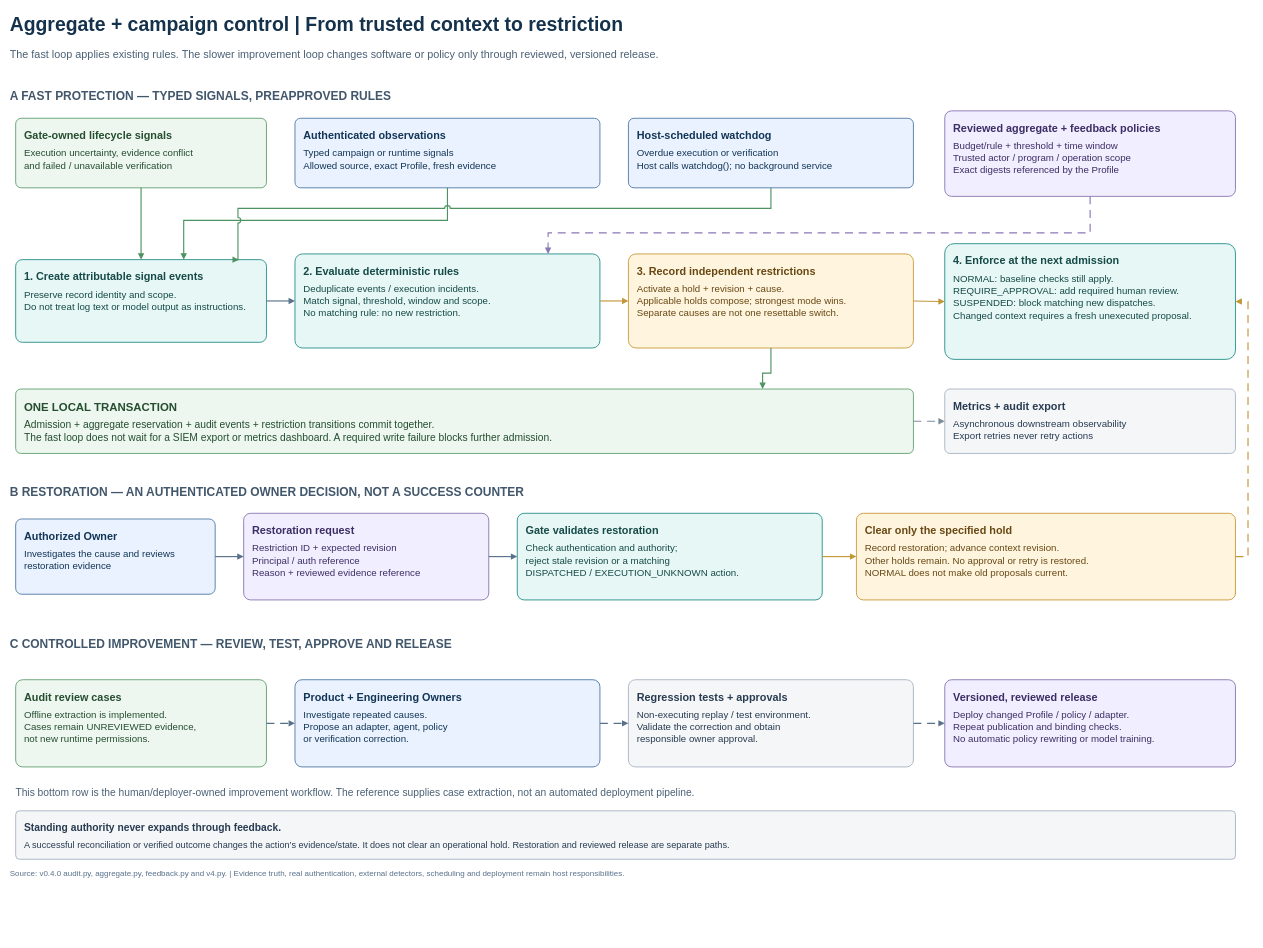
diptamay/agent-action-manifest keeps this draw.io diagram as page "3. Aggregate and governed restriction" (3 of 3) of Diagram_Source/Agent_Action_Manifest_Workflow_and_Feedback_v0_4_0.drawio. Above is the earlier version. Source tidied: cells renumbered, new cells numbered last; positions are measured from the earlier drawing's top-left corner, leaving out a move shared by most shapes. Both pictures are drawn from the tidied source at 57%, with x=0, y=0 at pixel (10, 10).
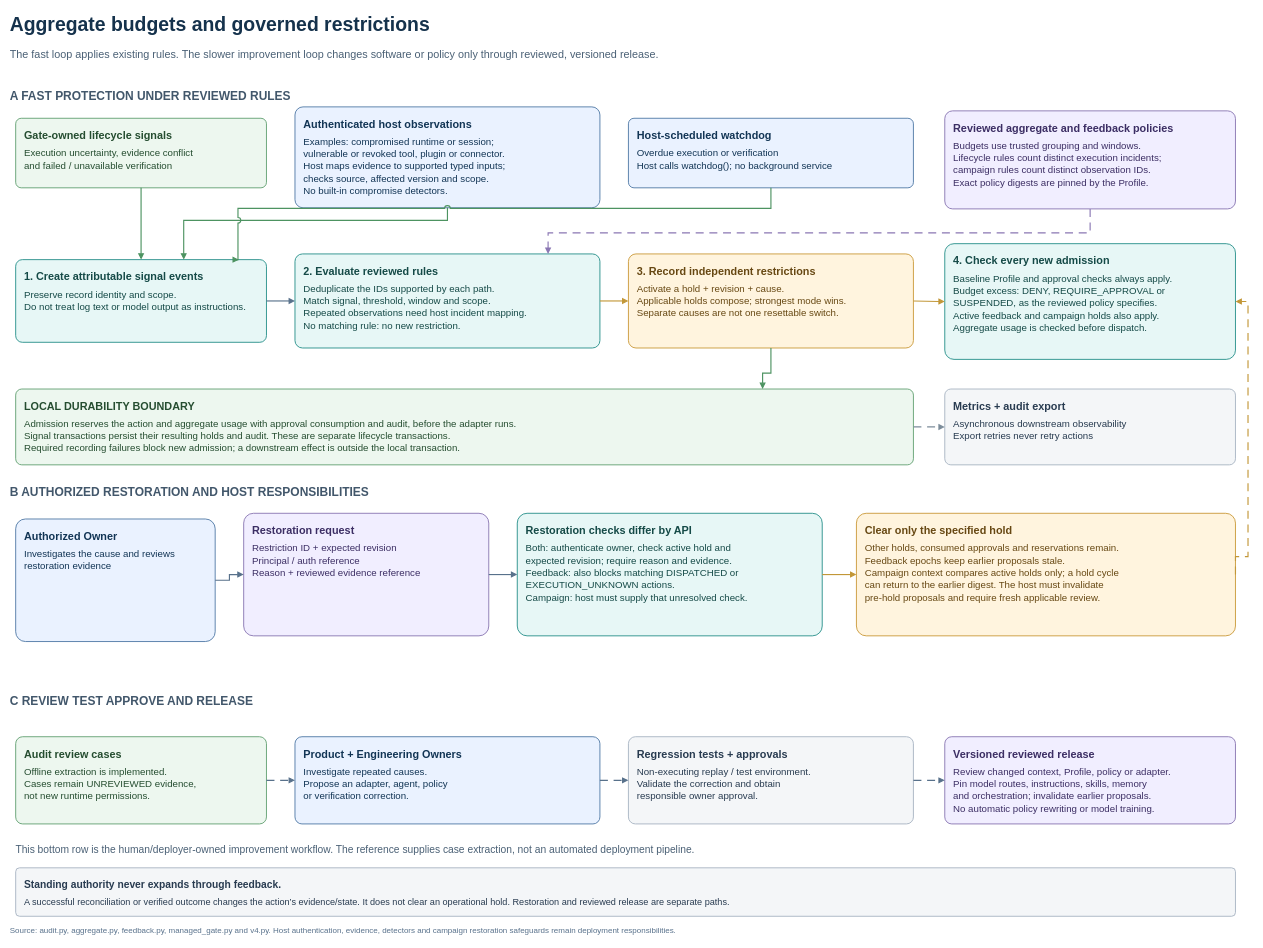
Above is the later version.

Diff of the diagram source:
```diff
@@
-    <mxCell id="2" value="&lt;div style=&quot;font-size:34px;line-height:1.25;color:#15324C;font-weight:700;&quot;&gt;Aggregate + campaign control | From trusted context to restriction&lt;/div&gt;" style="text;html=1;whiteSpace=wrap;fillColor=none;strokeColor=none;align=left;verticalAlign=top;spacing=0;fontFamily=Helvetica;fontSize=34;fontColor=#15324C;" parent="1" vertex="1">
+    <mxCell id="2" value="&lt;div style=&quot;font-size:34px;line-height:1.25;color:#15324C;font-weight:700;&quot;&gt;Aggregate budgets and governed restrictions&lt;/div&gt;" style="text;html=1;whiteSpace=wrap;fillColor=none;strokeColor=none;align=left;verticalAlign=top;spacing=0;fontFamily=Helvetica;fontSize=34;fontColor=#15324C;" parent="1" vertex="1">
       <mxGeometry width="2160" height="52" as="geometry" />
     </mxCell>
@@
-    <mxCell id="4" value="&lt;div style=&quot;font-size:21px;line-height:1.25;color:#42576B;font-weight:700;&quot;&gt;A  FAST PROTECTION — TYPED SIGNALS, PREAPPROVED RULES&lt;/div&gt;" style="text;html=1;whiteSpace=wrap;fillColor=none;strokeColor=none;align=left;verticalAlign=top;spacing=0;fontFamily=Helvetica;fontSize=21;fontColor=#42576B;" parent="1" vertex="1">
+    <mxCell id="4" value="&lt;b&gt;A  FAST PROTECTION UNDER REVIEWED RULES&lt;/b&gt;" style="text;html=1;whiteSpace=wrap;fillColor=none;strokeColor=none;align=left;verticalAlign=top;spacing=0;fontFamily=Helvetica;fontSize=21;fontColor=#42576B;" parent="1" vertex="1">
       <mxGeometry y="133" width="2100" height="28" as="geometry" />
     </mxCell>
@@
-    <mxCell id="6" value="&lt;div style=&quot;font-size:19px;font-weight:700;line-height:1.2;margin-bottom:8px;&quot;&gt;Authenticated observations&lt;/div&gt;&lt;div style=&quot;font-size:17px;line-height:1.28;&quot;&gt;Typed campaign or runtime signals&lt;br&gt;Allowed source, exact Profile, fresh evidence&lt;/div&gt;" style="rounded=1;arcSize=8;html=1;whiteSpace=wrap;align=left;verticalAlign=top;spacing=15;fillColor=#EAF2FF;strokeColor=#527BA7;fontColor=#123555;fontFamily=Helvetica;fontSize=18;strokeWidth=1.6;" parent="1" vertex="1">
-      <mxGeometry x="500" y="190" width="535" height="122" as="geometry" />
+    <mxCell id="6" value="&lt;div style=&quot;font-size:19px;font-weight:700;line-height:1.2;margin-bottom:8px;&quot;&gt;Authenticated host observations&lt;/div&gt;&lt;div style=&quot;font-size:17px;line-height:1.28;&quot;&gt;Examples: compromised runtime or session;&lt;br&gt;vulnerable or revoked tool, plugin or connector.&lt;br&gt;Host maps evidence to supported typed inputs;&lt;br&gt;checks source, affected version and scope.&lt;br&gt;No built-in compromise detectors.&lt;/div&gt;" style="rounded=1;arcSize=8;html=1;whiteSpace=wrap;align=left;verticalAlign=top;spacing=15;fillColor=#EAF2FF;strokeColor=#527BA7;fontColor=#123555;fontFamily=Helvetica;fontSize=18;strokeWidth=1.6;" parent="1" vertex="1">
+      <mxGeometry x="500" y="170" width="535" height="177" as="geometry" />
     </mxCell>
@@
-    <mxCell id="8" value="&lt;div style=&quot;font-size:19px;font-weight:700;line-height:1.2;margin-bottom:8px;&quot;&gt;Reviewed aggregate + feedback policies&lt;/div&gt;&lt;div style=&quot;font-size:17px;line-height:1.28;&quot;&gt;Budget/rule + threshold + time window&lt;br&gt;Trusted actor / program / operation scope&lt;br&gt;Exact digests referenced by the Profile&lt;/div&gt;" style="rounded=1;arcSize=8;html=1;whiteSpace=wrap;align=left;verticalAlign=top;spacing=15;fillColor=#F1EEFF;strokeColor=#8A77B3;fontColor=#3C2E64;fontFamily=Helvetica;fontSize=18;strokeWidth=1.6;" parent="1" vertex="1">
-      <mxGeometry x="1640" y="177" width="510" height="150" as="geometry" />
+    <mxCell id="8" value="&lt;div style=&quot;font-size:19px;font-weight:700;line-height:1.2;margin-bottom:8px;&quot;&gt;Reviewed aggregate and feedback policies&lt;/div&gt;&lt;div style=&quot;font-size:17px;line-height:1.28;&quot;&gt;Budgets use trusted grouping and windows.&lt;br&gt;Lifecycle rules count distinct execution incidents;&lt;br&gt;campaign rules count distinct observation IDs.&lt;br&gt;Exact policy digests are pinned by the Profile.&lt;/div&gt;" style="rounded=1;arcSize=8;html=1;whiteSpace=wrap;align=left;verticalAlign=top;spacing=15;fillColor=#F1EEFF;strokeColor=#8A77B3;fontColor=#3C2E64;fontFamily=Helvetica;fontSize=18;strokeWidth=1.6;" parent="1" vertex="1">
+      <mxGeometry x="1640" y="177" width="510" height="172" as="geometry" />
     </mxCell>
@@
-    <mxCell id="10" value="&lt;div style=&quot;font-size:19px;font-weight:700;line-height:1.2;margin-bottom:8px;&quot;&gt;2. Evaluate deterministic rules&lt;/div&gt;&lt;div style=&quot;font-size:17px;line-height:1.28;&quot;&gt;Deduplicate events / execution incidents.&lt;br&gt;Match signal, threshold, window and scope.&lt;br&gt;No matching rule: no new restriction.&lt;/div&gt;" style="rounded=1;arcSize=8;html=1;whiteSpace=wrap;align=left;verticalAlign=top;spacing=15;fillColor=#E7F7F6;strokeColor=#28918B;fontColor=#154A47;fontFamily=Helvetica;fontSize=18;strokeWidth=1.6;" parent="1" vertex="1">
+    <mxCell id="10" value="&lt;div style=&quot;font-size:19px;font-weight:700;line-height:1.2;margin-bottom:8px;&quot;&gt;2. Evaluate reviewed rules&lt;/div&gt;&lt;div style=&quot;font-size:17px;line-height:1.28;&quot;&gt;Deduplicate the IDs supported by each path.&lt;br&gt;Match signal, threshold, window and scope.&lt;br&gt;Repeated observations need host incident mapping.&lt;br&gt;No matching rule: no new restriction.&lt;/div&gt;" style="rounded=1;arcSize=8;html=1;whiteSpace=wrap;align=left;verticalAlign=top;spacing=15;fillColor=#E7F7F6;strokeColor=#28918B;fontColor=#154A47;fontFamily=Helvetica;fontSize=18;strokeWidth=1.6;" parent="1" vertex="1">
       <mxGeometry x="500" y="428" width="535" height="165" as="geometry" />
     </mxCell>
@@
-    <mxCell id="12" value="&lt;div style=&quot;font-size:19px;font-weight:700;line-height:1.2;margin-bottom:8px;&quot;&gt;4. Enforce at the next admission&lt;/div&gt;&lt;div style=&quot;font-size:17px;line-height:1.28;&quot;&gt;NORMAL: baseline checks still apply.&lt;br&gt;REQUIRE_APPROVAL: add required human review.&lt;br&gt;SUSPENDED: block matching new dispatches.&lt;br&gt;Changed context requires a fresh unexecuted proposal.&lt;/div&gt;" style="rounded=1;arcSize=8;html=1;whiteSpace=wrap;align=left;verticalAlign=top;spacing=15;fillColor=#E7F7F6;strokeColor=#28918B;fontColor=#154A47;fontFamily=Helvetica;fontSize=18;strokeWidth=1.6;" parent="1" vertex="1">
+    <mxCell id="12" value="&lt;div style=&quot;font-size:19px;font-weight:700;line-height:1.2;margin-bottom:8px;&quot;&gt;4. Check every new admission&lt;/div&gt;&lt;div style=&quot;font-size:17px;line-height:1.28;&quot;&gt;Baseline Profile and approval checks always apply.&lt;br&gt;Budget excess: DENY, REQUIRE_APPROVAL or&lt;br&gt;SUSPENDED, as the reviewed policy specifies.&lt;br&gt;Active feedback and campaign holds also apply.&lt;br&gt;Aggregate usage is checked before dispatch.&lt;/div&gt;" style="rounded=1;arcSize=8;html=1;whiteSpace=wrap;align=left;verticalAlign=top;spacing=15;fillColor=#E7F7F6;strokeColor=#28918B;fontColor=#154A47;fontFamily=Helvetica;fontSize=18;strokeWidth=1.6;" parent="1" vertex="1">
       <mxGeometry x="1640" y="410" width="510" height="203" as="geometry" />
     </mxCell>
@@
-    <mxCell id="20" value="&lt;div style=&quot;font-size:20px;font-weight:700;line-height:1.2;margin-bottom:8px;&quot;&gt;ONE LOCAL TRANSACTION&lt;/div&gt;&lt;div style=&quot;font-size:18px;line-height:1.28;&quot;&gt;Admission + aggregate reservation + audit events + restriction transitions commit together.&lt;br&gt;The fast loop does not wait for a SIEM export or metrics dashboard. A required write failure blocks further admission.&lt;/div&gt;" style="rounded=1;arcSize=8;html=1;whiteSpace=wrap;align=left;verticalAlign=top;spacing=15;fillColor=#EDF7EF;strokeColor=#63A173;fontColor=#254D30;fontFamily=Helvetica;fontSize=19;strokeWidth=1.6;" parent="1" vertex="1">
-      <mxGeometry x="10" y="665" width="1575" height="113" as="geometry" />
+    <mxCell id="20" value="&lt;div style=&quot;font-size:19px;font-weight:700;line-height:1.2;margin-bottom:8px;&quot;&gt;LOCAL DURABILITY BOUNDARY&lt;/div&gt;&lt;div style=&quot;font-size:17px;line-height:1.28;&quot;&gt;Admission reserves the action and aggregate usage with approval consumption and audit, before the adapter runs.&lt;br&gt;Signal transactions persist their resulting holds and audit. These are separate lifecycle transactions.&lt;br&gt;Required recording failures block new admission; a downstream effect is outside the local transaction.&lt;/div&gt;" style="rounded=1;arcSize=8;html=1;whiteSpace=wrap;align=left;verticalAlign=top;spacing=15;fillColor=#EDF7EF;strokeColor=#63A173;fontColor=#254D30;fontFamily=Helvetica;fontSize=19;strokeWidth=1.6;" parent="1" vertex="1">
+      <mxGeometry x="10" y="665" width="1575" height="133" as="geometry" />
     </mxCell>
     <mxCell id="21" value="&lt;div style=&quot;font-size:19px;font-weight:700;line-height:1.2;margin-bottom:8px;&quot;&gt;Metrics + audit export&lt;/div&gt;&lt;div style=&quot;font-size:17px;line-height:1.28;&quot;&gt;Asynchronous downstream observability&lt;br&gt;Export retries never retry actions&lt;/div&gt;" style="rounded=1;arcSize=8;html=1;whiteSpace=wrap;align=left;verticalAlign=top;spacing=15;fillColor=#F4F6F8;strokeColor=#A9B5C3;fontColor=#283B50;fontFamily=Helvetica;fontSize=18;strokeWidth=1.6;" parent="1" vertex="1">
-      <mxGeometry x="1640" y="665" width="510" height="113" as="geometry" />
+      <mxGeometry x="1640" y="665" width="510" height="133" as="geometry" />
     </mxCell>
@@
-    <mxCell id="24" value="&lt;div style=&quot;font-size:21px;line-height:1.25;color:#42576B;font-weight:700;&quot;&gt;B  RESTORATION — AN AUTHENTICATED OWNER DECISION, NOT A SUCCESS COUNTER&lt;/div&gt;" style="text;html=1;whiteSpace=wrap;fillColor=none;strokeColor=none;align=left;verticalAlign=top;spacing=0;fontFamily=Helvetica;fontSize=21;fontColor=#42576B;" parent="1" vertex="1">
+    <mxCell id="24" value="&lt;b&gt;B  AUTHORIZED RESTORATION AND HOST RESPONSIBILITIES&lt;/b&gt;" style="text;html=1;whiteSpace=wrap;fillColor=none;strokeColor=none;align=left;verticalAlign=top;spacing=0;fontFamily=Helvetica;fontSize=21;fontColor=#42576B;" parent="1" vertex="1">
       <mxGeometry y="828" width="2160" height="29" as="geometry" />
     </mxCell>
     <mxCell id="25" value="&lt;div style=&quot;font-size:19px;font-weight:700;line-height:1.2;margin-bottom:8px;&quot;&gt;Authorized Owner&lt;/div&gt;&lt;div style=&quot;font-size:17px;line-height:1.28;&quot;&gt;Investigates the cause and reviews&lt;br&gt;restoration evidence&lt;/div&gt;" style="rounded=1;arcSize=8;html=1;whiteSpace=wrap;align=left;verticalAlign=top;spacing=15;fillColor=#EAF2FF;strokeColor=#527BA7;fontColor=#123555;fontFamily=Helvetica;fontSize=18;strokeWidth=1.6;" parent="1" vertex="1">
-      <mxGeometry x="10" y="893" width="350" height="132" as="geometry" />
+      <mxGeometry x="10" y="893" width="350" height="215" as="geometry" />
     </mxCell>
     <mxCell id="26" value="&lt;div style=&quot;font-size:19px;font-weight:700;line-height:1.2;margin-bottom:8px;&quot;&gt;Restoration request&lt;/div&gt;&lt;div style=&quot;font-size:17px;line-height:1.28;&quot;&gt;Restriction ID + expected revision&lt;br&gt;Principal / auth reference&lt;br&gt;Reason + reviewed evidence reference&lt;/div&gt;" style="rounded=1;arcSize=8;html=1;whiteSpace=wrap;align=left;verticalAlign=top;spacing=15;fillColor=#F1EEFF;strokeColor=#8A77B3;fontColor=#3C2E64;fontFamily=Helvetica;fontSize=18;strokeWidth=1.6;" parent="1" vertex="1">
-      <mxGeometry x="410" y="883" width="430" height="152" as="geometry" />
+      <mxGeometry x="410" y="883" width="430" height="215" as="geometry" />
     </mxCell>
-    <mxCell id="27" value="&lt;div style=&quot;font-size:19px;font-weight:700;line-height:1.2;margin-bottom:8px;&quot;&gt;Gate validates restoration&lt;/div&gt;&lt;div style=&quot;font-size:17px;line-height:1.28;&quot;&gt;Check authentication and authority;&lt;br&gt;reject stale revision or a matching&lt;br&gt;DISPATCHED / EXECUTION_UNKNOWN action.&lt;/div&gt;" style="rounded=1;arcSize=8;html=1;whiteSpace=wrap;align=left;verticalAlign=top;spacing=15;fillColor=#E7F7F6;strokeColor=#28918B;fontColor=#154A47;fontFamily=Helvetica;fontSize=18;strokeWidth=1.6;" parent="1" vertex="1">
-      <mxGeometry x="890" y="883" width="535" height="152" as="geometry" />
+    <mxCell id="27" value="&lt;div style=&quot;font-size:19px;font-weight:700;line-height:1.2;margin-bottom:8px;&quot;&gt;Restoration checks differ by API&lt;/div&gt;&lt;div style=&quot;font-size:17px;line-height:1.28;&quot;&gt;Both: authenticate owner, check active hold and&lt;br&gt;expected revision; require reason and evidence.&lt;br&gt;Feedback: also blocks matching DISPATCHED or&lt;br&gt;EXECUTION_UNKNOWN actions.&lt;br&gt;Campaign: host must supply that unresolved check.&lt;/div&gt;" style="rounded=1;arcSize=8;html=1;whiteSpace=wrap;align=left;verticalAlign=top;spacing=15;fillColor=#E7F7F6;strokeColor=#28918B;fontColor=#154A47;fontFamily=Helvetica;fontSize=18;strokeWidth=1.6;" parent="1" vertex="1">
+      <mxGeometry x="890" y="883" width="535" height="215" as="geometry" />
     </mxCell>
-    <mxCell id="28" value="&lt;div style=&quot;font-size:19px;font-weight:700;line-height:1.2;margin-bottom:8px;&quot;&gt;Clear only the specified hold&lt;/div&gt;&lt;div style=&quot;font-size:17px;line-height:1.28;&quot;&gt;Record restoration; advance context revision.&lt;br&gt;Other holds remain. No approval or retry is restored.&lt;br&gt;NORMAL does not make old proposals current.&lt;/div&gt;" style="rounded=1;arcSize=8;html=1;whiteSpace=wrap;align=left;verticalAlign=top;spacing=15;fillColor=#FFF4DE;strokeColor=#CB9A3B;fontColor=#674813;fontFamily=Helvetica;fontSize=18;strokeWidth=1.6;" parent="1" vertex="1">
-      <mxGeometry x="1485" y="883" width="665" height="152" as="geometry" />
+    <mxCell id="28" value="&lt;div style=&quot;font-size:19px;font-weight:700;line-height:1.2;margin-bottom:8px;&quot;&gt;Clear only the specified hold&lt;/div&gt;&lt;div style=&quot;font-size:17px;line-height:1.28;&quot;&gt;Other holds, consumed approvals and reservations remain.&lt;br&gt;Feedback epochs keep earlier proposals stale.&lt;br&gt;Campaign context compares active holds only; a hold cycle&lt;br&gt;can return to the earlier digest. The host must invalidate&lt;br&gt;pre-hold proposals and require fresh applicable review.&lt;/div&gt;" style="rounded=1;arcSize=8;html=1;whiteSpace=wrap;align=left;verticalAlign=top;spacing=15;fillColor=#FFF4DE;strokeColor=#CB9A3B;fontColor=#674813;fontFamily=Helvetica;fontSize=18;strokeWidth=1.6;" parent="1" vertex="1">
+      <mxGeometry x="1485" y="883" width="665" height="215" as="geometry" />
     </mxCell>
@@
-    <mxCell id="33" value="&lt;div style=&quot;font-size:21px;line-height:1.25;color:#42576B;font-weight:700;&quot;&gt;C  CONTROLLED IMPROVEMENT — REVIEW, TEST, APPROVE AND RELEASE&lt;/div&gt;" style="text;html=1;whiteSpace=wrap;fillColor=none;strokeColor=none;align=left;verticalAlign=top;spacing=0;fontFamily=Helvetica;fontSize=21;fontColor=#42576B;" parent="1" vertex="1">
-      <mxGeometry y="1095" width="2130" height="29" as="geometry" />
+    <mxCell id="33" value="&lt;b&gt;C  REVIEW TEST APPROVE AND RELEASE&lt;/b&gt;" style="text;html=1;whiteSpace=wrap;fillColor=none;strokeColor=none;align=left;verticalAlign=top;spacing=0;fontFamily=Helvetica;fontSize=21;fontColor=#42576B;" parent="1" vertex="1">
+      <mxGeometry y="1195" width="2130" height="29" as="geometry" />
     </mxCell>
     <mxCell id="34" value="&lt;div style=&quot;font-size:19px;font-weight:700;line-height:1.2;margin-bottom:8px;&quot;&gt;Audit review cases&lt;/div&gt;&lt;div style=&quot;font-size:17px;line-height:1.28;&quot;&gt;Offline extraction is implemented.&lt;br&gt;Cases remain UNREVIEWED evidence,&lt;br&gt;not new runtime permissions.&lt;/div&gt;" style="rounded=1;arcSize=8;html=1;whiteSpace=wrap;align=left;verticalAlign=top;spacing=15;fillColor=#EDF7EF;strokeColor=#63A173;fontColor=#254D30;fontFamily=Helvetica;fontSize=18;strokeWidth=1.6;" parent="1" vertex="1">
-      <mxGeometry x="10" y="1175" width="440" height="153" as="geometry" />
+      <mxGeometry x="10" y="1275" width="440" height="153" as="geometry" />
     </mxCell>
     <mxCell id="35" value="&lt;div style=&quot;font-size:19px;font-weight:700;line-height:1.2;margin-bottom:8px;&quot;&gt;Product + Engineering Owners&lt;/div&gt;&lt;div style=&quot;font-size:17px;line-height:1.28;&quot;&gt;Investigate repeated causes.&lt;br&gt;Propose an adapter, agent, policy&lt;br&gt;or verification correction.&lt;/div&gt;" style="rounded=1;arcSize=8;html=1;whiteSpace=wrap;align=left;verticalAlign=top;spacing=15;fillColor=#EAF2FF;strokeColor=#527BA7;fontColor=#123555;fontFamily=Helvetica;fontSize=18;strokeWidth=1.6;" parent="1" vertex="1">
-      <mxGeometry x="500" y="1175" width="535" height="153" as="geometry" />
+      <mxGeometry x="500" y="1275" width="535" height="153" as="geometry" />
     </mxCell>
     <mxCell id="36" value="&lt;div style=&quot;font-size:19px;font-weight:700;line-height:1.2;margin-bottom:8px;&quot;&gt;Regression tests + approvals&lt;/div&gt;&lt;div style=&quot;font-size:17px;line-height:1.28;&quot;&gt;Non-executing replay / test environment.&lt;br&gt;Validate the correction and obtain&lt;br&gt;responsible owner approval.&lt;/div&gt;" style="rounded=1;arcSize=8;html=1;whiteSpace=wrap;align=left;verticalAlign=top;spacing=15;fillColor=#F4F6F8;strokeColor=#A9B5C3;fontColor=#283B50;fontFamily=Helvetica;fontSize=18;strokeWidth=1.6;" parent="1" vertex="1">
-      <mxGeometry x="1085" y="1175" width="500" height="153" as="geometry" />
+      <mxGeometry x="1085" y="1275" width="500" height="153" as="geometry" />
     </mxCell>
-    <mxCell id="37" value="&lt;div style=&quot;font-size:19px;font-weight:700;line-height:1.2;margin-bottom:8px;&quot;&gt;Versioned, reviewed release&lt;/div&gt;&lt;div style=&quot;font-size:17px;line-height:1.28;&quot;&gt;Deploy changed Profile / policy / adapter.&lt;br&gt;Repeat publication and binding checks.&lt;br&gt;No automatic policy rewriting or model training.&lt;/div&gt;" style="rounded=1;arcSize=8;html=1;whiteSpace=wrap;align=left;verticalAlign=top;spacing=15;fillColor=#F1EEFF;strokeColor=#8A77B3;fontColor=#3C2E64;fontFamily=Helvetica;fontSize=18;strokeWidth=1.6;" parent="1" vertex="1">
-      <mxGeometry x="1640" y="1175" width="510" height="153" as="geometry" />
+    <mxCell id="37" value="&lt;div style=&quot;font-size:19px;font-weight:700;line-height:1.2;margin-bottom:8px;&quot;&gt;Versioned reviewed release&lt;/div&gt;&lt;div style=&quot;font-size:17px;line-height:1.28;&quot;&gt;Review changed context, Profile, policy or adapter.&lt;br&gt;Pin model routes, instructions, skills, memory&lt;br&gt;and orchestration; invalidate earlier proposals.&lt;br&gt;No automatic policy rewriting or model training.&lt;/div&gt;" style="rounded=1;arcSize=8;html=1;whiteSpace=wrap;align=left;verticalAlign=top;spacing=15;fillColor=#F1EEFF;strokeColor=#8A77B3;fontColor=#3C2E64;fontFamily=Helvetica;fontSize=18;strokeWidth=1.6;" parent="1" vertex="1">
+      <mxGeometry x="1640" y="1275" width="510" height="153" as="geometry" />
     </mxCell>
@@
     <mxCell id="41" value="&lt;div style=&quot;font-size:18px;line-height:1.25;color:#4A6075;font-weight:400;&quot;&gt;This bottom row is the human/deployer-owned improvement workflow. The reference supplies case extraction, not an automated deployment pipeline.&lt;/div&gt;" style="text;html=1;whiteSpace=wrap;fillColor=none;strokeColor=none;align=left;verticalAlign=top;spacing=0;fontFamily=Helvetica;fontSize=18;fontColor=#4A6075;" parent="1" vertex="1">
-      <mxGeometry x="10" y="1357" width="2130" height="40" as="geometry" />
+      <mxGeometry x="10" y="1457" width="2130" height="40" as="geometry" />
     </mxCell>
     <mxCell id="42" value="&lt;div style=&quot;font-size:18px;font-weight:700;line-height:1.2;margin-bottom:8px;&quot;&gt;Standing authority never expands through feedback.&lt;/div&gt;&lt;div style=&quot;font-size:16px;line-height:1.28;&quot;&gt;A successful reconciliation or verified outcome changes the action’s evidence/state. It does not clear an operational hold. Restoration and reviewed release are separate paths.&lt;/div&gt;" style="rounded=1;arcSize=8;html=1;whiteSpace=wrap;align=left;verticalAlign=top;spacing=15;fillColor=#F4F6F8;strokeColor=#A9B5C3;fontColor=#283B50;fontFamily=Helvetica;fontSize=17;strokeWidth=1.6;" parent="1" vertex="1">
-      <mxGeometry x="10" y="1405" width="2140" height="85" as="geometry" />
+      <mxGeometry x="10" y="1505" width="2140" height="85" as="geometry" />
     </mxCell>
-    <mxCell id="43" value="&lt;div style=&quot;font-size:14px;line-height:1.25;color:#58718B;font-weight:400;&quot;&gt;Source: v0.4.0 audit.py, aggregate.py, feedback.py and v4.py.  |  Evidence truth, real authentication, external detectors, scheduling and deployment remain host responsibilities.&lt;/div&gt;" style="text;html=1;whiteSpace=wrap;fillColor=none;strokeColor=none;align=left;verticalAlign=top;spacing=0;fontFamily=Helvetica;fontSize=14;fontColor=#58718B;" parent="1" vertex="1">
-      <mxGeometry y="1502" width="2160" height="28" as="geometry" />
+    <mxCell id="43" value="Source: audit.py, aggregate.py, feedback.py, managed_gate.py and v4.py. Host authentication, evidence, detectors and campaign restoration safeguards remain deployment responsibilities." style="text;html=1;whiteSpace=wrap;fillColor=none;strokeColor=none;align=left;verticalAlign=top;spacing=0;fontFamily=Helvetica;fontSize=14;fontColor=#58718B;" parent="1" vertex="1">
+      <mxGeometry y="1602" width="2160" height="28" as="geometry" />
     </mxCell>
```
